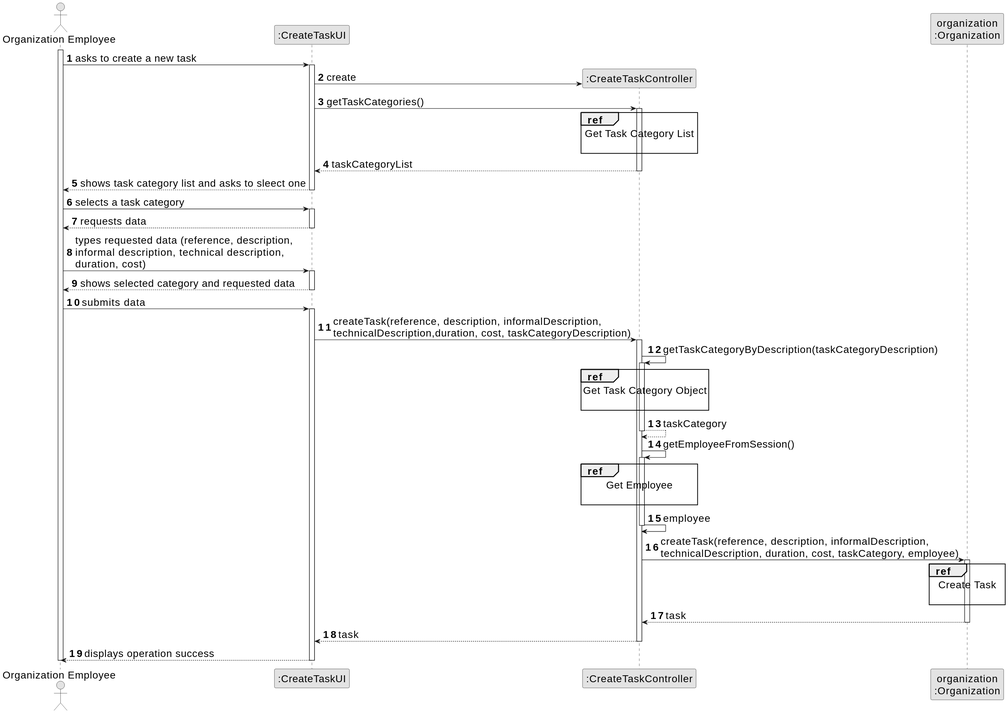
Earlier version of the PlantUML export docs/Sprint-C/US012/03.design/svg/us006-sequence-diagram-split.svg (Rodrick0209/ISEP-LAPR2-22-23). Source of this version:
```plantuml
@startuml
skinparamlocked defaultFontSize 20
skinparam monochrome true
skinparam packageStyle rectangle
skinparam shadowing false

autonumber

actor "Organization Employee" as ADM
participant ":CreateTaskUI" as UI
participant ":CreateTaskController" as CTRL
participant "organization\n:Organization" as ORG

activate ADM

    ADM -> UI : asks to create a new task

    activate UI

        UI -> CTRL** : create
        UI -> CTRL : getTaskCategories()
        ref over CTRL
            Get Task Category List

        end ref

        activate CTRL

            CTRL --> UI : taskCategoryList
        deactivate CTRL

        UI --> ADM : shows task category list and asks to sleect one
    deactivate UI

    ADM -> UI : selects a task category
    activate UI

        UI --> ADM : requests data
    deactivate UI

    ADM -> UI : types requested data (reference, description,\ninformal description, technical description,\nduration, cost)
    activate UI

        UI --> ADM : shows selected category and requested data
    deactivate UI

    ADM -> UI : submits data
    activate UI

        UI -> CTRL : createTask(reference, description, informalDescription,\ntechnicalDescription,duration, cost, taskCategoryDescription)
        activate CTRL

            CTRL -> CTRL : getTaskCategoryByDescription(taskCategoryDescription)
            activate CTRL

                ref over CTRL
                    Get Task Category Object

                end ref

                CTRL --> CTRL : taskCategory
            deactivate CTRL

            CTRL -> CTRL : getEmployeeFromSession()
            activate CTRL

                ref over CTRL
                    Get Employee

                end ref
                CTRL -> CTRL : employee
            deactivate CTRL

            CTRL -> ORG: createTask(reference, description, informalDescription,\ntechnicalDescription, duration, cost, taskCategory, employee)
            activate ORG

                ref over ORG
                    Create Task

                end

                ORG --> CTRL : task
            deactivate ORG

            CTRL --> UI: task
            deactivate CTRL
            UI --> ADM: displays operation success
    deactivate UI

deactivate ADM
@enduml
```
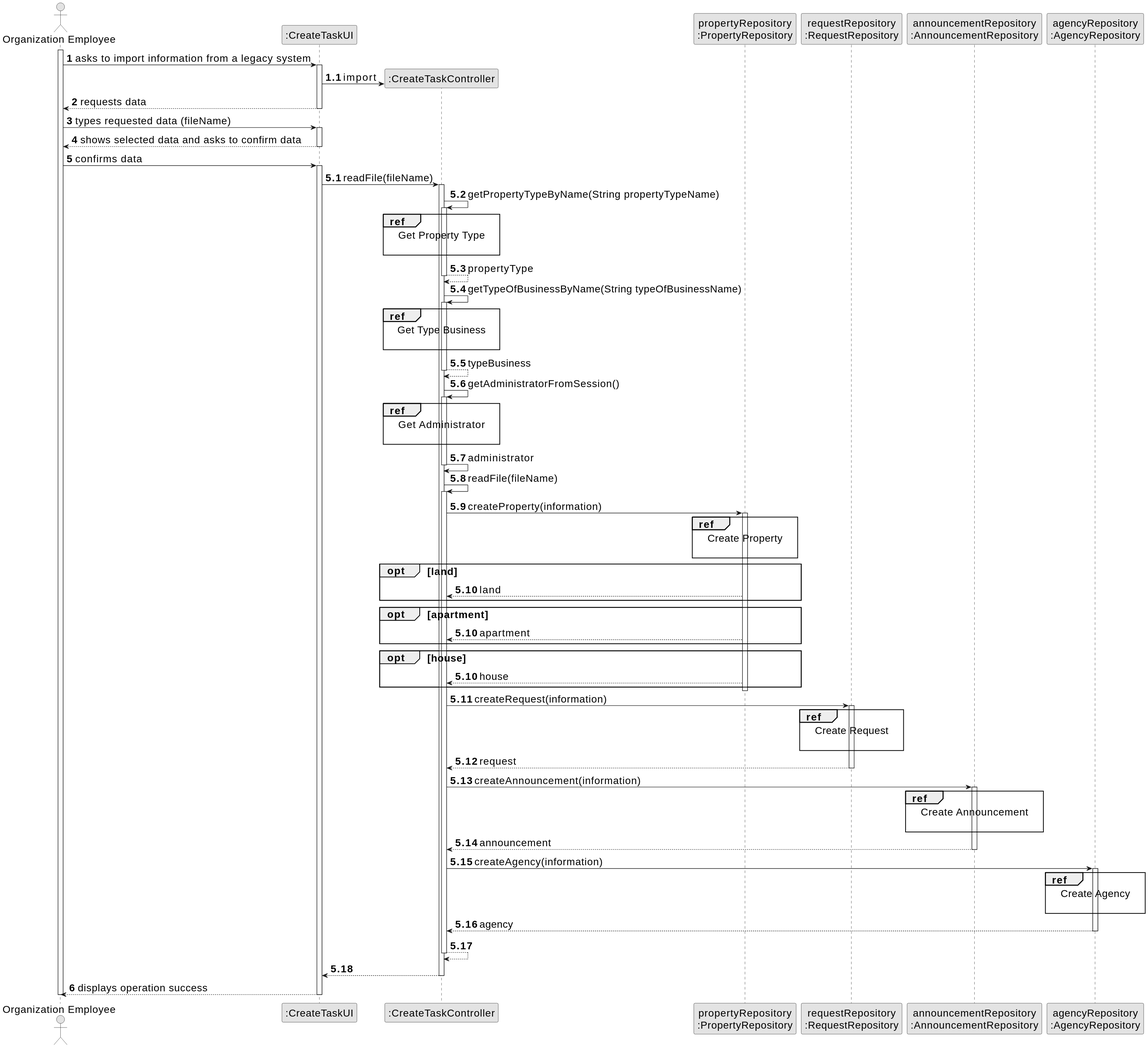
After the change.

The edit, as a diff of the source:
```diff
@@ -9,81 +9,122 @@
 actor "Organization Employee" as ADM
 participant ":CreateTaskUI" as UI
 participant ":CreateTaskController" as CTRL
-participant "organization\n:Organization" as ORG
+participant "propertyRepository\n:PropertyRepository" as PropertyRepository
+participant "requestRepository\n:RequestRepository" as RequestRepository
+participant "announcementRepository\n:AnnouncementRepository" as AnnouncementRepository
+participant "agencyRepository\n:AgencyRepository" as AgencyRepository
 
 activate ADM
 
-    ADM -> UI : asks to create a new task
+    ADM -> UI : asks to import information from a legacy system
 
+autonumber 1.1
     activate UI
 
-        UI -> CTRL** : create
-        UI -> CTRL : getTaskCategories()
-        ref over CTRL
-            Get Task Category List
+        UI -> CTRL** : import
 
-        end ref
-
-        activate CTRL
-
-            CTRL --> UI : taskCategoryList
-        deactivate CTRL
-
-        UI --> ADM : shows task category list and asks to sleect one
-    deactivate UI
-
-    ADM -> UI : selects a task category
-    activate UI
-
+autonumber 2
         UI --> ADM : requests data
     deactivate UI
 
-    ADM -> UI : types requested data (reference, description,\ninformal description, technical description,\nduration, cost)
+    ADM -> UI : types requested data (fileName)
     activate UI
 
-        UI --> ADM : shows selected category and requested data
+        UI --> ADM : shows selected data and asks to confirm data
     deactivate UI
 
-    ADM -> UI : submits data
+    ADM -> UI : confirms data
     activate UI
-
-        UI -> CTRL : createTask(reference, description, informalDescription,\ntechnicalDescription,duration, cost, taskCategoryDescription)
+        autonumber 5.1
+        UI -> CTRL : readFile(fileName)
         activate CTRL
 
-            CTRL -> CTRL : getTaskCategoryByDescription(taskCategoryDescription)
+            CTRL -> CTRL : getPropertyTypeByName(String propertyTypeName)
             activate CTRL
 
                 ref over CTRL
-                    Get Task Category Object
+                    Get Property Type
 
                 end ref
 
-                CTRL --> CTRL : taskCategory
+                CTRL --> CTRL : propertyType
             deactivate CTRL
 
-            CTRL -> CTRL : getEmployeeFromSession()
+            CTRL -> CTRL : getTypeOfBusinessByName(String typeOfBusinessName)
+                        activate CTRL
+
+                            ref over CTRL
+                                Get Type Business
+
+                            end ref
+
+                            CTRL --> CTRL : typeBusiness
+                        deactivate CTRL
+
+            CTRL -> CTRL : getAdministratorFromSession()
             activate CTRL
 
                 ref over CTRL
-                    Get Employee
+                    Get Administrator
 
                 end ref
-                CTRL -> CTRL : employee
+                CTRL -> CTRL : administrator
             deactivate CTRL
 
-            CTRL -> ORG: createTask(reference, description, informalDescription,\ntechnicalDescription, duration, cost, taskCategory, employee)
-            activate ORG
+            CTRL -> CTRL: readFile(fileName)
+            activate CTRL
+            CTRL -> PropertyRepository: createProperty(information)
+            activate PropertyRepository
 
-                ref over ORG
-                    Create Task
+                ref over PropertyRepository
+                    Create Property
 
                 end
+                autonumber 5.10
+                opt land
+                PropertyRepository --> CTRL : land
+                end
+                autonumber 5.10
+                opt apartment
+                PropertyRepository --> CTRL: apartment
+                end
+                autonumber 5.10
+                opt house
+                PropertyRepository --> CTRL: house
+                end
+            deactivate PropertyRepository
+            autonumber 5.11
 
-                ORG --> CTRL : task
-            deactivate ORG
+            CTRL -> RequestRepository: createRequest(information)
+            activate RequestRepository
+                ref over RequestRepository
+                                    Create Request
 
-            CTRL --> UI: task
-            deactivate CTRL
+                end
+                RequestRepository --> CTRL: request
+                deactivate RequestRepository
+
+           CTRL -> AnnouncementRepository: createAnnouncement(information)
+                       activate AnnouncementRepository
+                           ref over AnnouncementRepository
+                                               Create Announcement
+
+                           end
+                           AnnouncementRepository --> CTRL: announcement
+                           deactivate AnnouncementRepository
+          CTRL -> AgencyRepository: createAgency(information)
+                                 activate AgencyRepository
+                                     ref over AgencyRepository
+                                                         Create Agency
+
+                                     end
+                                     AgencyRepository --> CTRL: agency
+                                     deactivate AgencyRepository
+          CTRL --> CTRL
+          deactivate CTRL
+          CTRL --> UI
+          deactivate CTRL
+          autonumber 6
             UI --> ADM: displays operation success
     deactivate UI
 
```
